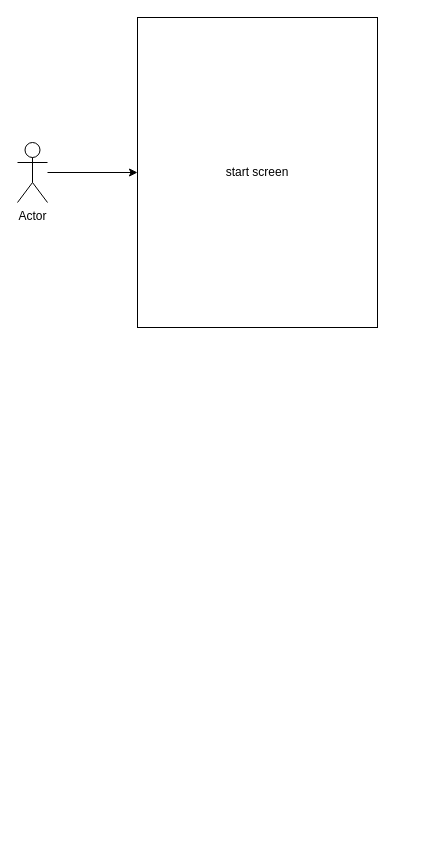
The draw.io diagram Untitled Diagram.drawio in CHUN983/nuk_assembly_project, before the edit. Source tidied: cells renumbered, new cells numbered last; positions are measured from the earlier drawing's top-left corner, leaving out a move shared by most shapes. Both pictures are drawn from the tidied source at 100%, with x=0, y=0 at pixel (17, 17).
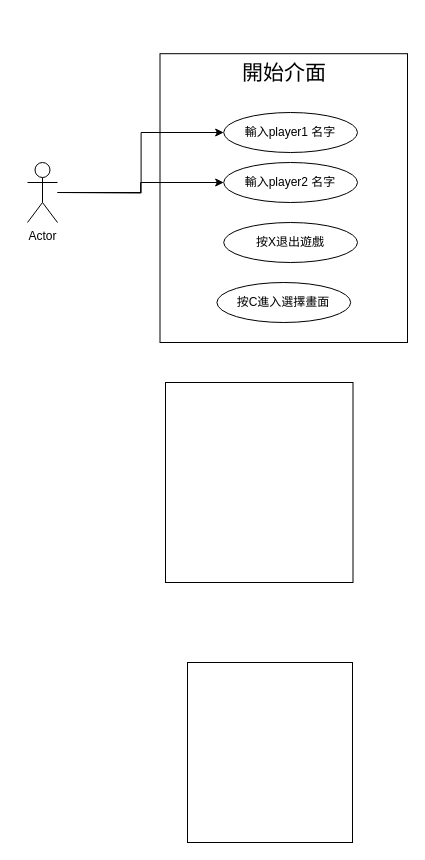
The same diagram, later.

What changed in the source:
```diff
@@
 <mxGraphModel>
   <root>
     <mxCell id="0" />
     <mxCell id="1" parent="0" />
-    <mxCell id="2" style="edgeStyle=orthogonalEdgeStyle;rounded=0;jettySize=auto;html=1;entryX=0;entryY=0.5;entryDx=0;entryDy=0;" parent="1" edge="1" source="3" target="4">
-      <mxGeometry relative="1" as="geometry" />
-    </mxCell>
+    <mxCell id="4" value="&lt;font style=&quot;font-size: 21px;&quot;&gt;開始介面&lt;/font&gt;&lt;div style=&quot;font-size: 21px;&quot;&gt;&lt;br&gt;&lt;/div&gt;" style="rounded=0;whiteSpace=wrap;html=1;verticalAlign=top;" parent="1" vertex="1">
+      <mxGeometry x="142.5" y="36.2" width="247.5" height="288.8" as="geometry" />
+    </mxCell>
+    <mxCell id="5" style="edgeStyle=orthogonalEdgeStyle;rounded=0;jettySize=auto;html=1;entryX=0;entryY=0.5;entryDx=0;entryDy=0;" parent="1" edge="1" target="10">
+      <mxGeometry relative="1" as="geometry">
+        <mxPoint x="40" y="175" as="sourcePoint" />
+      </mxGeometry>
+    </mxCell>
+    <mxCell id="6" style="edgeStyle=orthogonalEdgeStyle;rounded=0;jettySize=auto;html=1;entryX=0;entryY=0.5;entryDx=0;entryDy=0;" parent="1" edge="1" source="3" target="9">
+      <mxGeometry relative="1" as="geometry" />
+    </mxCell>
     <mxCell id="3" value="Actor" style="shape=umlActor;verticalLabelPosition=bottom;verticalAlign=top;html=1;outlineConnect=0;" parent="1" vertex="1">
-      <mxGeometry y="125" width="30" height="60" as="geometry" />
+      <mxGeometry x="10" y="145" width="30" height="60" as="geometry" />
     </mxCell>
-    <mxCell id="4" value="start screen" style="rounded=0;whiteSpace=wrap;html=1;" parent="1" vertex="1">
-      <mxGeometry x="120" width="240" height="310" as="geometry" />
-    </mxCell>
+    <mxCell id="7" style="rounded=0;whiteSpace=wrap;html=1;" parent="1" vertex="1">
+      <mxGeometry x="148" y="365" width="187.5" height="200" as="geometry" />
+    </mxCell>
+    <mxCell id="8" style="rounded=0;whiteSpace=wrap;html=1;" parent="1" vertex="1">
+      <mxGeometry x="170" y="645" width="165" height="180" as="geometry" />
+    </mxCell>
+    <mxCell id="9" value="輸入player2&lt;span style=&quot;background-color: initial;&quot;&gt;&amp;nbsp;名字&lt;/span&gt;" style="ellipse;whiteSpace=wrap;html=1;" parent="1" vertex="1">
+      <mxGeometry x="206.2" y="145" width="133.8" height="40" as="geometry" />
+    </mxCell>
+    <mxCell id="10" value="輸入player1 名字" style="ellipse;whiteSpace=wrap;html=1;" parent="1" vertex="1">
+      <mxGeometry x="206.2" y="95" width="133.8" height="40" as="geometry" />
+    </mxCell>
+    <mxCell id="11" value="按C進入選擇畫面" style="ellipse;whiteSpace=wrap;html=1;" parent="1" vertex="1">
+      <mxGeometry x="199.4" y="265" width="133.8" height="40" as="geometry" />
+    </mxCell>
+    <mxCell id="12" value="按X退出遊戲" style="ellipse;whiteSpace=wrap;html=1;" parent="1" vertex="1">
+      <mxGeometry x="206.2" y="205" width="133.8" height="40" as="geometry" />
+    </mxCell>
   </root>
 </mxGraphModel>
```
